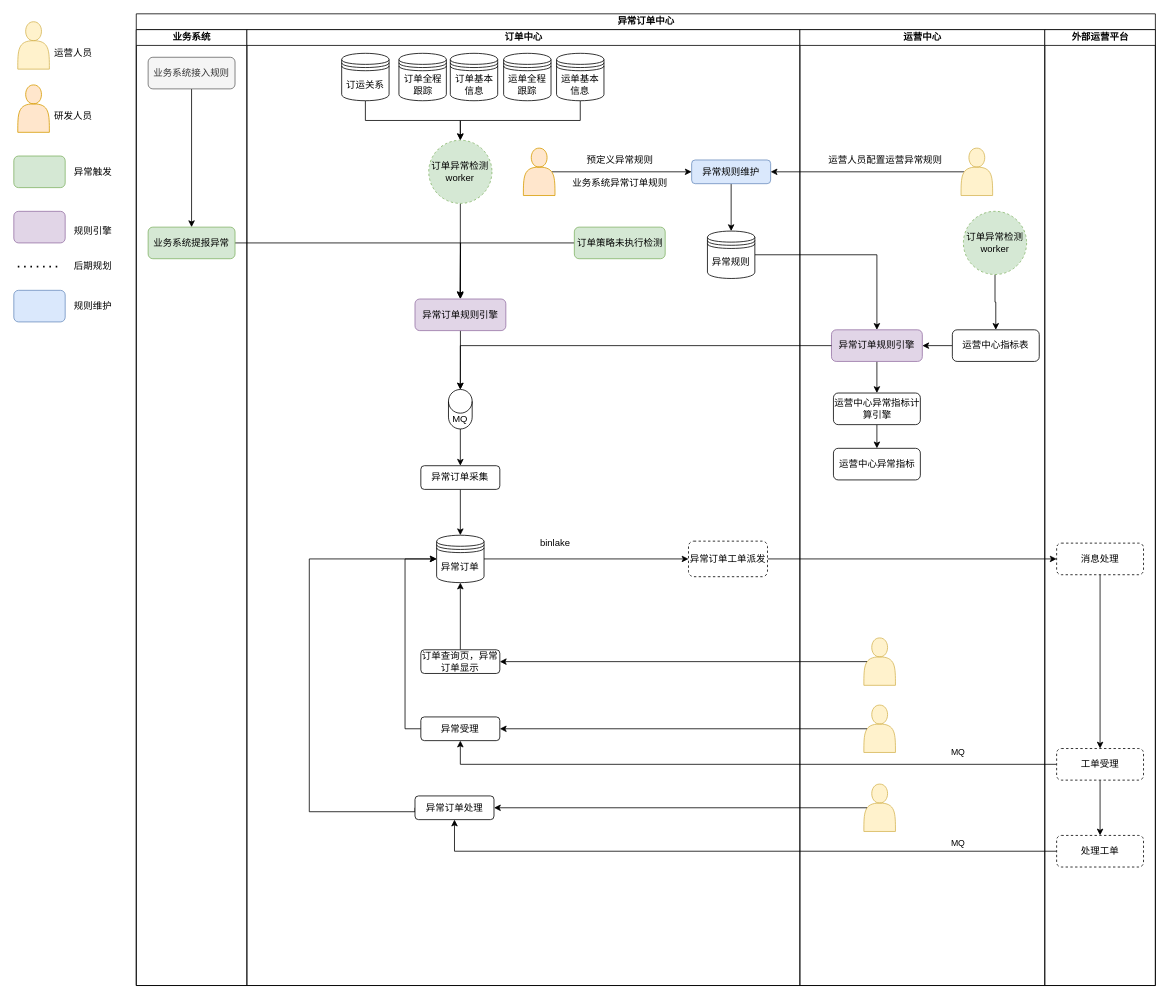
Before: page "订单异常中心" (35 of 36) of Untitled Diagram.drawio in lixintao03/lixintao.github.io, a draw.io diagram. Source tidied: cells renumbered, new cells numbered last; positions are measured from the earlier drawing's top-left corner, leaving out a move shared by most shapes. Both pictures are drawn from the tidied source at 79%, with x=0, y=0 at pixel (13, 13).
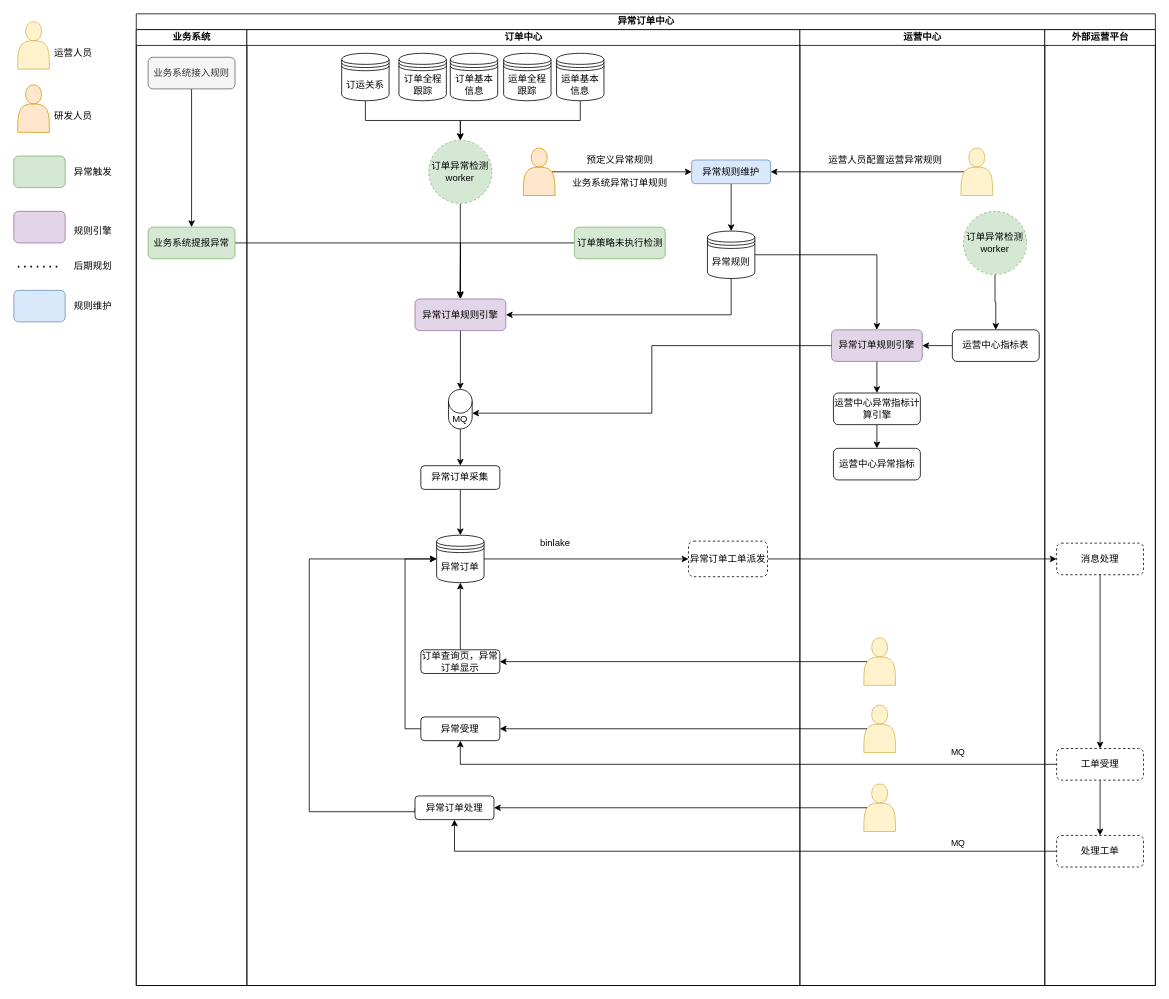
After the change.

Unchanged cells that the change refers to:
```xml
<mxCell id="2" value="异常订单中心" style="swimlane;startSize=20;html=1;" parent="1" vertex="1">
  <mxGeometry x="155" width="1290" height="1230" as="geometry" />
</mxCell>
<mxCell id="12" value="订单中心" style="swimlane;startSize=20;html=1;" parent="2" vertex="1">
  <mxGeometry x="140" y="20" width="700" height="1210" as="geometry" />
</mxCell>
<mxCell id="14" value="MQ" style="shape=cylinder3;whiteSpace=wrap;html=1;boundedLbl=1;backgroundOutline=1;size=15;rotation=0;" parent="12" vertex="1">
  <mxGeometry x="255.2" y="455.5" width="30" height="50" as="geometry" />
</mxCell>
<mxCell id="23" value="&lt;font style=&quot;font-size: 12px;&quot;&gt;异常规则&lt;/font&gt;" style="shape=datastore;whiteSpace=wrap;html=1;" parent="12" vertex="1">
  <mxGeometry x="583" y="255" width="60" height="60" as="geometry" />
</mxCell>
<mxCell id="30" value="异常订单规则引擎" style="rounded=1;whiteSpace=wrap;html=1;fillColor=#e1d5e7;strokeColor=#9673a6;" parent="12" vertex="1">
  <mxGeometry x="212.8" y="341" width="115" height="40" as="geometry" />
</mxCell>
<mxCell id="52" value="异常订单规则引擎" style="rounded=1;whiteSpace=wrap;html=1;fillColor=#e1d5e7;strokeColor=#9673a6;" parent="47" vertex="1">
  <mxGeometry x="40" y="380" width="115" height="40" as="geometry" />
</mxCell>
```

What changed in the source:
```diff
@@
+    <mxCell id="87" style="edgeStyle=orthogonalEdgeStyle;rounded=0;jettySize=auto;html=1;exitX=0.5;exitY=1;exitDx=0;exitDy=0;entryX=1;entryY=0.5;entryDx=0;entryDy=0;fontColor=#FF3333;" parent="12" edge="1" source="23" target="30">
+      <mxGeometry relative="1" as="geometry" />
+    </mxCell>
@@
-    <mxCell id="70" style="edgeStyle=orthogonalEdgeStyle;rounded=0;jettySize=auto;html=1;exitX=0;exitY=0.5;exitDx=0;exitDy=0;entryX=0.5;entryY=0;entryDx=0;entryDy=0;entryPerimeter=0;" parent="2" edge="1" source="52" target="14">
+    <mxCell id="70" style="edgeStyle=orthogonalEdgeStyle;rounded=0;jettySize=auto;html=1;exitX=0;exitY=0.5;exitDx=0;exitDy=0;entryX=1;entryY=0;entryDx=0;entryDy=30;entryPerimeter=0;" parent="2" edge="1" source="52" target="14">
       <mxGeometry relative="1" as="geometry" />
     </mxCell>
```
